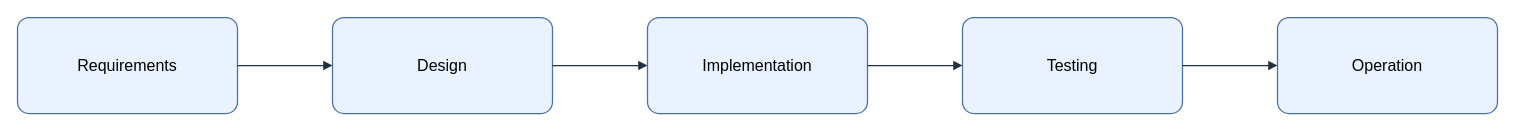
The draw.io diagram assets/img/software-engineering/software-life-cycle.drawio in KKamJi98/kkamji98.github.io, before the edit. Source tidied: cells renumbered, new cells numbered last; positions are measured from the earlier drawing's top-left corner, leaving out a move shared by most shapes. Both pictures are drawn from the tidied source at 100%, with x=0, y=0 at pixel (17, 17).
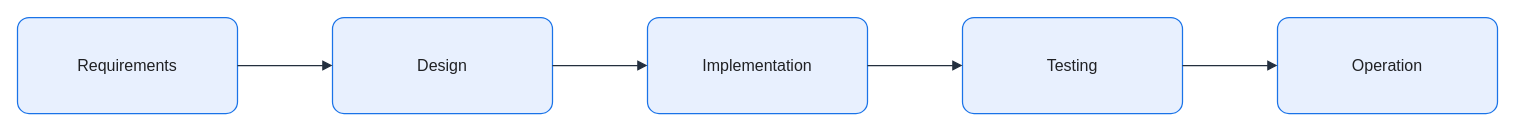
The same diagram, later.

Change to the diagram source:
```diff
@@
 <mxGraphModel background="#FFFFFF">
   <root>
     <mxCell id="0" />
     <mxCell id="1" parent="0" />
-    <mxCell id="2" value="Requirements" style="rounded=1;arcSize=12;whiteSpace=wrap;html=0;fillColor=#EAF2FF;strokeColor=#4A6FA5;strokeWidth=1.25;fontColor=#000000;fontSize=16;align=center;verticalAlign=middle;spacing=8;shadow=0;" parent="1" vertex="1">
+    <mxCell id="2" value="Requirements" style="rounded=1;arcSize=12;whiteSpace=wrap;html=0;fillColor=#E8F0FE;strokeColor=#1A73E8;strokeWidth=1.25;fontColor=#202124;fontSize=16;align=center;verticalAlign=middle;spacing=8;shadow=0;" parent="1" vertex="1">
       <mxGeometry width="220" height="96" as="geometry" />
     </mxCell>
-    <mxCell id="3" value="Design" style="rounded=1;arcSize=12;whiteSpace=wrap;html=0;fillColor=#EAF2FF;strokeColor=#4A6FA5;strokeWidth=1.25;fontColor=#000000;fontSize=16;align=center;verticalAlign=middle;spacing=8;shadow=0;" parent="1" vertex="1">
+    <mxCell id="3" value="Design" style="rounded=1;arcSize=12;whiteSpace=wrap;html=0;fillColor=#E8F0FE;strokeColor=#1A73E8;strokeWidth=1.25;fontColor=#202124;fontSize=16;align=center;verticalAlign=middle;spacing=8;shadow=0;" parent="1" vertex="1">
       <mxGeometry x="315" width="220" height="96" as="geometry" />
     </mxCell>
-    <mxCell id="4" value="Implementation" style="rounded=1;arcSize=12;whiteSpace=wrap;html=0;fillColor=#EAF2FF;strokeColor=#4A6FA5;strokeWidth=1.25;fontColor=#000000;fontSize=16;align=center;verticalAlign=middle;spacing=8;shadow=0;" parent="1" vertex="1">
+    <mxCell id="4" value="Implementation" style="rounded=1;arcSize=12;whiteSpace=wrap;html=0;fillColor=#E8F0FE;strokeColor=#1A73E8;strokeWidth=1.25;fontColor=#202124;fontSize=16;align=center;verticalAlign=middle;spacing=8;shadow=0;" parent="1" vertex="1">
       <mxGeometry x="630" width="220" height="96" as="geometry" />
     </mxCell>
-    <mxCell id="5" value="Testing" style="rounded=1;arcSize=12;whiteSpace=wrap;html=0;fillColor=#EAF2FF;strokeColor=#4A6FA5;strokeWidth=1.25;fontColor=#000000;fontSize=16;align=center;verticalAlign=middle;spacing=8;shadow=0;" parent="1" vertex="1">
+    <mxCell id="5" value="Testing" style="rounded=1;arcSize=12;whiteSpace=wrap;html=0;fillColor=#E8F0FE;strokeColor=#1A73E8;strokeWidth=1.25;fontColor=#202124;fontSize=16;align=center;verticalAlign=middle;spacing=8;shadow=0;" parent="1" vertex="1">
       <mxGeometry x="945" width="220" height="96" as="geometry" />
     </mxCell>
-    <mxCell id="6" value="Operation" style="rounded=1;arcSize=12;whiteSpace=wrap;html=0;fillColor=#EAF2FF;strokeColor=#4A6FA5;strokeWidth=1.25;fontColor=#000000;fontSize=16;align=center;verticalAlign=middle;spacing=8;shadow=0;" parent="1" vertex="1">
+    <mxCell id="6" value="Operation" style="rounded=1;arcSize=12;whiteSpace=wrap;html=0;fillColor=#E8F0FE;strokeColor=#1A73E8;strokeWidth=1.25;fontColor=#202124;fontSize=16;align=center;verticalAlign=middle;spacing=8;shadow=0;" parent="1" vertex="1">
       <mxGeometry x="1260" width="220" height="96" as="geometry" />
     </mxCell>
-    <mxCell id="7" style="edgeStyle=orthogonalEdgeStyle;rounded=0;jettySize=auto;html=0;endArrow=block;endFill=1;strokeColor=#232F3E;strokeWidth=1.25;fontColor=#000000;labelBackgroundColor=none;exitX=1;exitY=0.5;exitDx=0;exitDy=0;entryX=0;entryY=0.5;entryDx=0;entryDy=0;" parent="1" edge="1" source="2" target="3">
+    <mxCell id="7" style="edgeStyle=orthogonalEdgeStyle;rounded=0;jettySize=auto;html=0;endArrow=block;endFill=1;strokeColor=#232F3E;strokeWidth=1.25;fontColor=#202124;labelBackgroundColor=none;exitX=1;exitY=0.5;exitDx=0;exitDy=0;entryX=0;entryY=0.5;entryDx=0;entryDy=0;endSize=7;" parent="1" edge="1" source="2" target="3">
       <mxGeometry relative="1" as="geometry" />
     </mxCell>
-    <mxCell id="8" style="edgeStyle=orthogonalEdgeStyle;rounded=0;jettySize=auto;html=0;endArrow=block;endFill=1;strokeColor=#232F3E;strokeWidth=1.25;fontColor=#000000;labelBackgroundColor=none;exitX=1;exitY=0.5;exitDx=0;exitDy=0;entryX=0;entryY=0.5;entryDx=0;entryDy=0;" parent="1" edge="1" source="3" target="4">
+    <mxCell id="8" style="edgeStyle=orthogonalEdgeStyle;rounded=0;jettySize=auto;html=0;endArrow=block;endFill=1;strokeColor=#232F3E;strokeWidth=1.25;fontColor=#202124;labelBackgroundColor=none;exitX=1;exitY=0.5;exitDx=0;exitDy=0;entryX=0;entryY=0.5;entryDx=0;entryDy=0;endSize=7;" parent="1" edge="1" source="3" target="4">
       <mxGeometry relative="1" as="geometry" />
     </mxCell>
-    <mxCell id="9" style="edgeStyle=orthogonalEdgeStyle;rounded=0;jettySize=auto;html=0;endArrow=block;endFill=1;strokeColor=#232F3E;strokeWidth=1.25;fontColor=#000000;labelBackgroundColor=none;exitX=1;exitY=0.5;exitDx=0;exitDy=0;entryX=0;entryY=0.5;entryDx=0;entryDy=0;" parent="1" edge="1" source="4" target="5">
+    <mxCell id="9" style="edgeStyle=orthogonalEdgeStyle;rounded=0;jettySize=auto;html=0;endArrow=block;endFill=1;strokeColor=#232F3E;strokeWidth=1.25;fontColor=#202124;labelBackgroundColor=none;exitX=1;exitY=0.5;exitDx=0;exitDy=0;entryX=0;entryY=0.5;entryDx=0;entryDy=0;endSize=7;" parent="1" edge="1" source="4" target="5">
       <mxGeometry relative="1" as="geometry" />
     </mxCell>
-    <mxCell id="10" style="edgeStyle=orthogonalEdgeStyle;rounded=0;jettySize=auto;html=0;endArrow=block;endFill=1;strokeColor=#232F3E;strokeWidth=1.25;fontColor=#000000;labelBackgroundColor=none;exitX=1;exitY=0.5;exitDx=0;exitDy=0;entryX=0;entryY=0.5;entryDx=0;entryDy=0;" parent="1" edge="1" source="5" target="6">
+    <mxCell id="10" style="edgeStyle=orthogonalEdgeStyle;rounded=0;jettySize=auto;html=0;endArrow=block;endFill=1;strokeColor=#232F3E;strokeWidth=1.25;fontColor=#202124;labelBackgroundColor=none;exitX=1;exitY=0.5;exitDx=0;exitDy=0;entryX=0;entryY=0.5;entryDx=0;entryDy=0;endSize=7;" parent="1" edge="1" source="5" target="6">
       <mxGeometry relative="1" as="geometry" />
     </mxCell>
   </root>
 </mxGraphModel>
```
